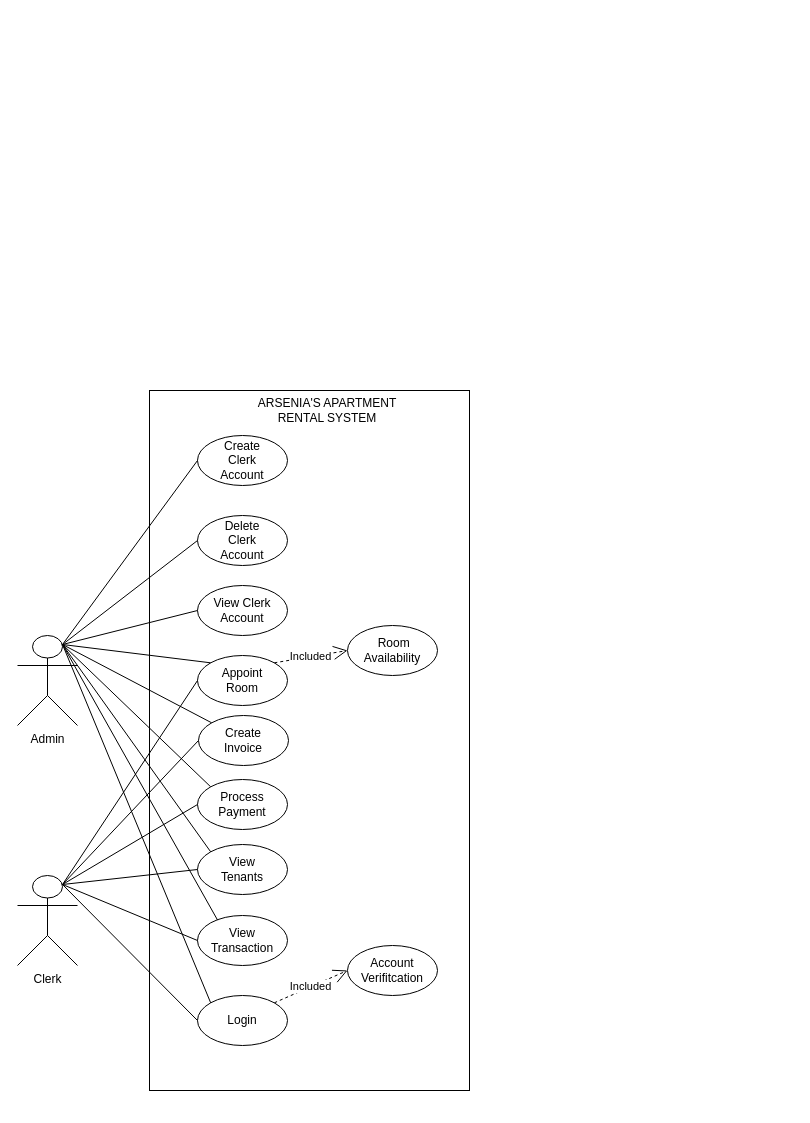
Above: USE CASE.drawio in Beskiit/DIAGRAMS (draw.io), before the change. Source tidied: cells renumbered, new cells numbered last; positions are measured from the earlier drawing's top-left corner, leaving out a move shared by most shapes. Both pictures are drawn from the tidied source at 100%, with x=0, y=0 at pixel (17, 390).
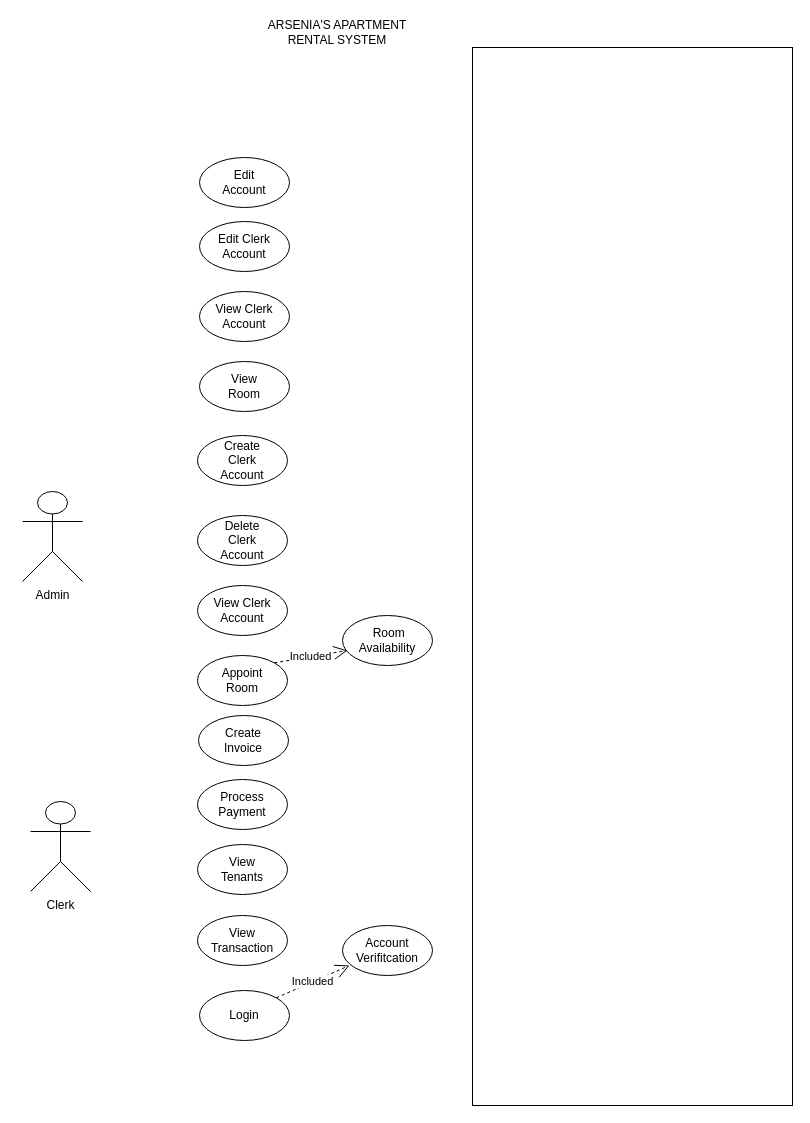
The same diagram, later.

Unchanged cells that the change refers to:
```xml
<mxCell id="5" style="ellipse;whiteSpace=wrap;html=1;" parent="1" vertex="1">
  <mxGeometry x="180" y="525" width="90" height="50" as="geometry" />
</mxCell>
<mxCell id="7" style="ellipse;whiteSpace=wrap;html=1;" parent="1" vertex="1">
  <mxGeometry x="180" y="265" width="90" height="50" as="geometry" />
</mxCell>
<mxCell id="9" style="ellipse;whiteSpace=wrap;html=1;" parent="1" vertex="1">
  <mxGeometry x="181" y="325" width="90" height="50" as="geometry" />
</mxCell>
<mxCell id="11" style="ellipse;whiteSpace=wrap;html=1;" parent="1" vertex="1">
  <mxGeometry x="180" y="454" width="90" height="50" as="geometry" />
</mxCell>
<mxCell id="19" style="ellipse;whiteSpace=wrap;html=1;" parent="1" vertex="1">
  <mxGeometry x="180" y="45" width="90" height="50" as="geometry" />
</mxCell>
<mxCell id="21" style="ellipse;whiteSpace=wrap;html=1;" parent="1" vertex="1">
  <mxGeometry x="180" y="125" width="90" height="50" as="geometry" />
</mxCell>
<mxCell id="33" style="ellipse;whiteSpace=wrap;html=1;" parent="1" vertex="1">
  <mxGeometry x="180" y="389" width="90" height="50" as="geometry" />
</mxCell>
<mxCell id="42" style="ellipse;whiteSpace=wrap;html=1;" parent="1" vertex="1">
  <mxGeometry x="180" y="195" width="90" height="50" as="geometry" />
</mxCell>
```

Diff of the diagram source:
```diff
@@
     <mxCell id="2" style="rounded=0;whiteSpace=wrap;html=1;" parent="1" vertex="1">
-      <mxGeometry x="132" width="320" height="700" as="geometry" />
+      <mxGeometry x="455" y="-343" width="320" height="1058" as="geometry" />
     </mxCell>
     <mxCell id="3" value="Admin" style="shape=umlActor;verticalLabelPosition=bottom;verticalAlign=top;html=1;outlineConnect=0;" parent="1" vertex="1">
-      <mxGeometry y="245" width="60" height="90" as="geometry" />
+      <mxGeometry x="5" y="101" width="60" height="90" as="geometry" />
     </mxCell>
     <mxCell id="4" value="Clerk" style="shape=umlActor;verticalLabelPosition=bottom;verticalAlign=top;html=1;outlineConnect=0;" parent="1" vertex="1">
-      <mxGeometry y="485" width="60" height="90" as="geometry" />
+      <mxGeometry x="13" y="411" width="60" height="90" as="geometry" />
     </mxCell>
@@
     <mxCell id="13" style="ellipse;whiteSpace=wrap;html=1;" parent="1" vertex="1">
-      <mxGeometry x="180" y="605" width="90" height="50" as="geometry" />
+      <mxGeometry x="182" y="600" width="90" height="50" as="geometry" />
     </mxCell>
     <mxCell id="14" value="Login" style="text;html=1;align=center;verticalAlign=middle;whiteSpace=wrap;rounded=0;" parent="1" vertex="1">
-      <mxGeometry x="195" y="615" width="60" height="30" as="geometry" />
+      <mxGeometry x="197" y="610" width="60" height="30" as="geometry" />
     </mxCell>
     <mxCell id="15" style="ellipse;whiteSpace=wrap;html=1;" parent="1" vertex="1">
-      <mxGeometry x="330" y="235" width="90" height="50" as="geometry" />
+      <mxGeometry x="325" y="225" width="90" height="50" as="geometry" />
     </mxCell>
     <mxCell id="16" value="&amp;nbsp;Room Availability" style="text;html=1;align=center;verticalAlign=middle;whiteSpace=wrap;rounded=0;" parent="1" vertex="1">
-      <mxGeometry x="345" y="245" width="60" height="30" as="geometry" />
+      <mxGeometry x="340" y="235" width="60" height="30" as="geometry" />
     </mxCell>
     <mxCell id="17" style="ellipse;whiteSpace=wrap;html=1;" parent="1" vertex="1">
-      <mxGeometry x="330" y="555" width="90" height="50" as="geometry" />
+      <mxGeometry x="325" y="535" width="90" height="50" as="geometry" />
     </mxCell>
     <mxCell id="18" value="Account Verifitcation" style="text;html=1;align=center;verticalAlign=middle;whiteSpace=wrap;rounded=0;" parent="1" vertex="1">
-      <mxGeometry x="345" y="565" width="60" height="30" as="geometry" />
+      <mxGeometry x="340" y="545" width="60" height="30" as="geometry" />
     </mxCell>
@@
-    <mxCell id="23" value="Included" style="endArrow=open;endSize=12;dashed=1;html=1;rounded=0;entryX=0;entryY=0.5;entryDx=0;entryDy=0;exitX=1;exitY=0;exitDx=0;exitDy=0;" parent="1" edge="1" source="7" target="15">
-      <mxGeometry relative="1" as="geometry" />
+    <mxCell id="23" value="Included" style="endArrow=open;endSize=12;dashed=1;html=1;rounded=0;entryX=0;entryY=0.5;entryDx=0;entryDy=0;exitX=1;exitY=0;exitDx=0;exitDy=0;" parent="1" edge="1" source="7">
+      <mxGeometry relative="1" as="geometry">
+        <mxPoint x="330" y="260" as="targetPoint" />
+      </mxGeometry>
     </mxCell>
-    <mxCell id="24" value="Included" style="endArrow=open;endSize=12;dashed=1;html=1;rounded=0;entryX=0;entryY=0.5;entryDx=0;entryDy=0;exitX=1;exitY=0;exitDx=0;exitDy=0;" parent="1" edge="1" source="13" target="17">
-      <mxGeometry relative="1" as="geometry" />
+    <mxCell id="24" value="Included" style="endArrow=open;endSize=12;dashed=1;html=1;rounded=0;entryX=0;entryY=0.5;entryDx=0;entryDy=0;exitX=1;exitY=0;exitDx=0;exitDy=0;" parent="1" edge="1" source="13">
+      <mxGeometry relative="1" as="geometry">
+        <mxPoint x="332" y="575" as="targetPoint" />
+      </mxGeometry>
     </mxCell>
     <mxCell id="25" value="ARSENIA'S APARTMENT RENTAL SYSTEM" style="text;html=1;align=center;verticalAlign=middle;whiteSpace=wrap;rounded=0;" parent="1" vertex="1">
-      <mxGeometry x="215" y="5" width="190" height="30" as="geometry" />
+      <mxGeometry x="225" y="-373" width="190" height="30" as="geometry" />
     </mxCell>
-    <mxCell id="26" style="endArrow=none;html=1;rounded=0;exitX=0.75;exitY=0.1;exitDx=0;exitDy=0;exitPerimeter=0;entryX=0;entryY=0;entryDx=0;entryDy=0;" parent="1" edge="1" source="3" target="7">
-      <mxGeometry relative="1" as="geometry" />
-    </mxCell>
-    <mxCell id="27" style="endArrow=none;html=1;rounded=0;exitX=0.75;exitY=0.1;exitDx=0;exitDy=0;exitPerimeter=0;entryX=0;entryY=0;entryDx=0;entryDy=0;" parent="1" edge="1" source="3" target="9">
-      <mxGeometry relative="1" as="geometry" />
-    </mxCell>
-    <mxCell id="28" style="endArrow=none;html=1;rounded=0;exitX=0.75;exitY=0.1;exitDx=0;exitDy=0;exitPerimeter=0;entryX=0;entryY=0;entryDx=0;entryDy=0;" parent="1" edge="1" source="3" target="11">
-      <mxGeometry relative="1" as="geometry" />
-    </mxCell>
-    <mxCell id="29" style="endArrow=none;html=1;rounded=0;exitX=0.75;exitY=0.1;exitDx=0;exitDy=0;exitPerimeter=0;entryX=0.224;entryY=0.095;entryDx=0;entryDy=0;entryPerimeter=0;" parent="1" edge="1" source="3" target="5">
-      <mxGeometry relative="1" as="geometry" />
-    </mxCell>
-    <mxCell id="30" style="endArrow=none;html=1;rounded=0;exitX=0.75;exitY=0.1;exitDx=0;exitDy=0;exitPerimeter=0;entryX=0;entryY=0;entryDx=0;entryDy=0;" parent="1" edge="1" source="3" target="13">
-      <mxGeometry relative="1" as="geometry" />
-    </mxCell>
-    <mxCell id="31" style="endArrow=none;html=1;rounded=0;exitX=0.75;exitY=0.1;exitDx=0;exitDy=0;exitPerimeter=0;entryX=0;entryY=0.5;entryDx=0;entryDy=0;" parent="1" edge="1" source="4" target="5">
-      <mxGeometry relative="1" as="geometry" />
-    </mxCell>
-    <mxCell id="32" style="endArrow=none;html=1;rounded=0;exitX=0.75;exitY=0.1;exitDx=0;exitDy=0;exitPerimeter=0;entryX=0;entryY=0.5;entryDx=0;entryDy=0;" parent="1" edge="1" source="4" target="13">
-      <mxGeometry relative="1" as="geometry" />
-    </mxCell>
@@
-    <mxCell id="35" style="endArrow=none;html=1;rounded=0;exitX=0.75;exitY=0.1;exitDx=0;exitDy=0;exitPerimeter=0;entryX=0;entryY=0;entryDx=0;entryDy=0;" parent="1" edge="1" source="3" target="33">
-      <mxGeometry relative="1" as="geometry" />
-    </mxCell>
-    <mxCell id="36" style="endArrow=none;html=1;rounded=0;exitX=0.75;exitY=0.1;exitDx=0;exitDy=0;exitPerimeter=0;entryX=0;entryY=0.5;entryDx=0;entryDy=0;" parent="1" edge="1" source="3" target="21">
-      <mxGeometry relative="1" as="geometry" />
-    </mxCell>
-    <mxCell id="37" style="endArrow=none;html=1;rounded=0;exitX=0.75;exitY=0.1;exitDx=0;exitDy=0;exitPerimeter=0;entryX=0;entryY=0.5;entryDx=0;entryDy=0;" parent="1" edge="1" source="3" target="19">
-      <mxGeometry relative="1" as="geometry" />
-    </mxCell>
-    <mxCell id="38" style="endArrow=none;html=1;rounded=0;exitX=0.75;exitY=0.1;exitDx=0;exitDy=0;exitPerimeter=0;entryX=0;entryY=0.5;entryDx=0;entryDy=0;" parent="1" edge="1" source="4" target="11">
-      <mxGeometry relative="1" as="geometry" />
-    </mxCell>
-    <mxCell id="39" style="endArrow=none;html=1;rounded=0;exitX=0.75;exitY=0.1;exitDx=0;exitDy=0;exitPerimeter=0;entryX=0;entryY=0.5;entryDx=0;entryDy=0;" parent="1" edge="1" source="4" target="33">
-      <mxGeometry relative="1" as="geometry" />
-    </mxCell>
-    <mxCell id="40" style="endArrow=none;html=1;rounded=0;exitX=0.75;exitY=0.1;exitDx=0;exitDy=0;exitPerimeter=0;entryX=0;entryY=0.5;entryDx=0;entryDy=0;" parent="1" edge="1" source="4" target="9">
-      <mxGeometry relative="1" as="geometry" />
-    </mxCell>
-    <mxCell id="41" style="endArrow=none;html=1;rounded=0;exitX=0.75;exitY=0.1;exitDx=0;exitDy=0;exitPerimeter=0;entryX=0;entryY=0.5;entryDx=0;entryDy=0;" parent="1" edge="1" source="4" target="7">
-      <mxGeometry relative="1" as="geometry" />
-    </mxCell>
@@
-    <mxCell id="44" style="endArrow=none;html=1;rounded=0;exitX=0.75;exitY=0.1;exitDx=0;exitDy=0;exitPerimeter=0;entryX=0;entryY=0.5;entryDx=0;entryDy=0;" parent="1" edge="1" source="3" target="42">
-      <mxGeometry relative="1" as="geometry" />
-    </mxCell>
+    <mxCell id="45" style="ellipse;whiteSpace=wrap;html=1;" parent="1" vertex="1">
+      <mxGeometry x="182" y="-29" width="90" height="50" as="geometry" />
+    </mxCell>
+    <mxCell id="46" value="View Room" style="text;html=1;align=center;verticalAlign=middle;whiteSpace=wrap;rounded=0;" parent="1" vertex="1">
+      <mxGeometry x="197" y="-19" width="60" height="30" as="geometry" />
+    </mxCell>
+    <mxCell id="47" style="ellipse;whiteSpace=wrap;html=1;" parent="1" vertex="1">
+      <mxGeometry x="182" y="-99" width="90" height="50" as="geometry" />
+    </mxCell>
+    <mxCell id="48" value="View Clerk Account" style="text;html=1;align=center;verticalAlign=middle;whiteSpace=wrap;rounded=0;" parent="1" vertex="1">
+      <mxGeometry x="197" y="-89" width="60" height="30" as="geometry" />
+    </mxCell>
+    <mxCell id="49" style="ellipse;whiteSpace=wrap;html=1;" parent="1" vertex="1">
+      <mxGeometry x="182" y="-169" width="90" height="50" as="geometry" />
+    </mxCell>
+    <mxCell id="50" value="Edit Clerk Account" style="text;html=1;align=center;verticalAlign=middle;whiteSpace=wrap;rounded=0;" parent="1" vertex="1">
+      <mxGeometry x="197" y="-159" width="60" height="30" as="geometry" />
+    </mxCell>
+    <mxCell id="51" style="ellipse;whiteSpace=wrap;html=1;" parent="1" vertex="1">
+      <mxGeometry x="182" y="-233" width="90" height="50" as="geometry" />
+    </mxCell>
+    <mxCell id="52" value="Edit Account" style="text;html=1;align=center;verticalAlign=middle;whiteSpace=wrap;rounded=0;" parent="1" vertex="1">
+      <mxGeometry x="197" y="-223" width="60" height="30" as="geometry" />
+    </mxCell>
```
